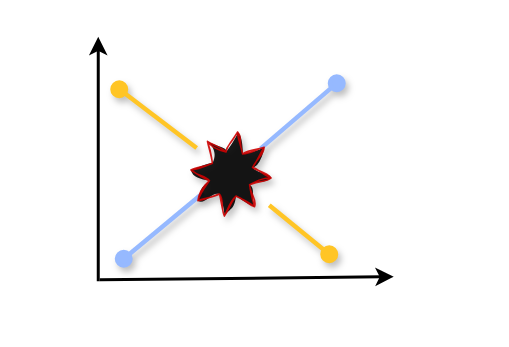
The draw.io diagram Diagramma senza titolo.drawio in checc1/checc1, before the edit. Source tidied: cells renumbered, new cells numbered last; positions are measured from the earlier drawing's top-left corner, leaving out a move shared by most shapes. Both pictures are drawn from the tidied source at 150%, with x=0, y=0 at pixel (98, 36).
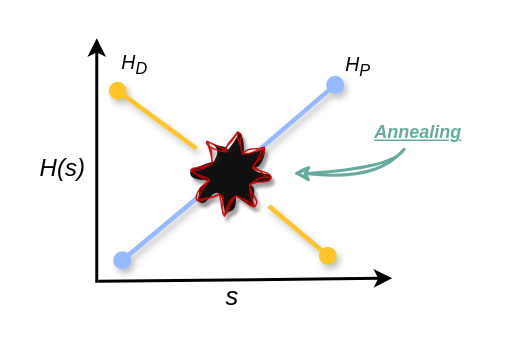
Above is the later version.

The edit, as a diff of the source:
```diff
@@
     <mxCell id="2" style="endArrow=classic;html=1;rounded=0;strokeWidth=2;" parent="1" edge="1">
       <mxGeometry relative="1" as="geometry">
-        <mxPoint y="163" as="sourcePoint" />
-        <mxPoint as="targetPoint" />
+        <mxPoint x="-1" y="164" as="sourcePoint" />
+        <mxPoint x="-1" y="1" as="targetPoint" />
       </mxGeometry>
     </mxCell>
     <mxCell id="3" style="endArrow=classic;html=1;rounded=0;strokeWidth=2;" parent="1" edge="1">
       <mxGeometry relative="1" as="geometry">
-        <mxPoint x="1" y="162" as="sourcePoint" />
-        <mxPoint x="197" y="160" as="targetPoint" />
+        <mxPoint y="163" as="sourcePoint" />
+        <mxPoint x="196" y="161" as="targetPoint" />
       </mxGeometry>
     </mxCell>
     <mxCell id="4" style="endArrow=oval;html=4;rounded=0;strokeColor=light-dark(#FFC526,#FFEA63);curved=0;strokeWidth=3;shadow=1;flowAnimation=1;startSize=9;sourcePerimeterSpacing=4;startArrow=none;startFill=0;endSize=9;endFill=1;" parent="1" edge="1" source="8">
       <mxGeometry relative="1" as="geometry">
-        <mxPoint x="154" y="145" as="targetPoint" />
+        <mxPoint x="153" y="146" as="targetPoint" />
       </mxGeometry>
     </mxCell>
     <mxCell id="5" style="endArrow=oval;html=1;rounded=0;strokeColor=light-dark(#96B9FF,#80A3EA);strokeWidth=3;flowAnimation=1;shadow=1;sourcePerimeterSpacing=-6;targetPerimeterSpacing=5;endSize=9;startArrow=none;startFill=0;endFill=1;jumpStyle=none;" parent="1" edge="1" source="8">
       <mxGeometry relative="1" as="geometry">
-        <mxPoint x="159" y="31" as="targetPoint" />
+        <mxPoint x="158" y="32" as="targetPoint" />
       </mxGeometry>
     </mxCell>
     <mxCell id="6" style="endArrow=none;html=1;rounded=0;strokeColor=light-dark(#96B9FF,#3399FF);strokeWidth=3;sourcePerimeterSpacing=-2;flowAnimation=1;startArrow=oval;startFill=1;endSize=9;startSize=9;targetPerimeterSpacing=5;shadow=1;fillColor=#dae8fc;entryX=0.329;entryY=0.829;entryDx=0;entryDy=0;entryPerimeter=0;" parent="1" edge="1" target="8">
       <mxGeometry relative="1" as="geometry">
-        <mxPoint x="17" y="148" as="sourcePoint" />
+        <mxPoint x="16" y="149" as="sourcePoint" />
       </mxGeometry>
     </mxCell>
     <mxCell id="7" style="endArrow=none;html=4;rounded=0;strokeColor=light-dark(#FFC526,#FFEA63);curved=0;strokeWidth=3;shadow=1;flowAnimation=1;startSize=9;sourcePerimeterSpacing=4;startArrow=oval;startFill=1;endSize=9;endFill=0;" parent="1" edge="1" target="8">
       <mxGeometry relative="1" as="geometry">
-        <mxPoint x="14" y="35" as="sourcePoint" />
+        <mxPoint x="13" y="36" as="sourcePoint" />
       </mxGeometry>
     </mxCell>
-    <mxCell id="8" style="verticalLabelPosition=bottom;verticalAlign=top;html=1;shape=mxgraph.basic.8_point_star;fillColor=light-dark(#FF3333,#FFEA63);rotation=30;strokeColor=#CC0000;sketch=1;curveFitting=1;jiggle=2;shadow=1;perimeterSpacing=4;strokeWidth=1;gradientColor=#FFD26B;opacity=90;" parent="1" vertex="1">
+    <mxCell id="8" style="verticalLabelPosition=bottom;verticalAlign=top;html=1;shape=mxgraph.basic.8_point_star;fillColor=light-dark(#FF3333,#FFEA63);rotation=30;strokeColor=#CC0000;sketch=1;curveFitting=3;jiggle=4;shadow=1;perimeterSpacing=4;strokeWidth=1;gradientColor=#FFD26B;opacity=90;noLabel=0;fixDash=1;dashOffset=3;shadowOpacity=40;shadowBlur=1;disableMultiStroke=0;portConstraintRotation=0;movableLabel=0;" parent="1" vertex="1">
       <mxGeometry x="64" y="65" width="49" height="53" as="geometry" />
     </mxCell>
+    <mxCell id="9" value="&lt;i&gt;&lt;font style=&quot;font-size: 17px;&quot;&gt;s&lt;/font&gt;&lt;/i&gt;" style="text;html=1;align=center;verticalAlign=middle;strokeColor=none;fillColor=none;" parent="1" vertex="1">
+      <mxGeometry x="75" y="158" width="27" height="32" as="geometry" />
+    </mxCell>
+    <mxCell id="10" value="&lt;font style=&quot;font-size: 16px;&quot;&gt;&lt;i style=&quot;&quot;&gt;H(s)&lt;/i&gt;&lt;/font&gt;" style="text;html=1;align=center;verticalAlign=middle;strokeColor=none;fillColor=none;" parent="1" vertex="1">
+      <mxGeometry x="-48" y="71" width="48" height="31" as="geometry" />
+    </mxCell>
+    <mxCell id="11" value="&lt;i&gt;&lt;font style=&quot;font-size: 13px;&quot;&gt;H&lt;sub&gt;D&lt;/sub&gt;&lt;/font&gt;&lt;/i&gt;" style="text;html=1;align=center;verticalAlign=middle;strokeColor=none;fillColor=none;" parent="1" vertex="1">
+      <mxGeometry x="6" y="4" width="35" height="30" as="geometry" />
+    </mxCell>
+    <mxCell id="12" value="&lt;i&gt;&lt;font style=&quot;font-size: 13px;&quot;&gt;H&lt;sub&gt;P&lt;/sub&gt;&lt;/font&gt;&lt;/i&gt;" style="text;html=1;align=center;verticalAlign=middle;strokeColor=none;fillColor=none;" parent="1" vertex="1">
+      <mxGeometry x="155" y="5" width="35" height="30" as="geometry" />
+    </mxCell>
+    <mxCell id="13" style="endArrow=classic;html=1;rounded=0;curved=1;fillColor=#f0a30a;strokeColor=#67AB9F;sketch=1;curveFitting=1;jiggle=2;strokeWidth=2;" parent="1" edge="1">
+      <mxGeometry relative="1" as="geometry">
+        <mxPoint x="204" y="75" as="sourcePoint" />
+        <mxPoint x="130" y="91" as="targetPoint" />
+        <Array as="points">
+          <mxPoint x="196.5" y="93" />
+        </Array>
+      </mxGeometry>
+    </mxCell>
+    <mxCell id="14" value="&lt;i&gt;&lt;font style=&quot;color: rgb(103, 171, 159);&quot;&gt;&lt;b style=&quot;&quot;&gt;&lt;u&gt;Annealing&lt;/u&gt;&lt;/b&gt;&lt;/font&gt;&lt;/i&gt;" style="text;html=1;align=center;verticalAlign=middle;strokeColor=none;fillColor=none;dashed=1;dashPattern=8 8;rounded=1;glass=1;sketch=1;curveFitting=1;jiggle=2;shadow=1;" parent="1" vertex="1">
+      <mxGeometry x="175" y="51" width="76" height="26" as="geometry" />
+    </mxCell>
```
